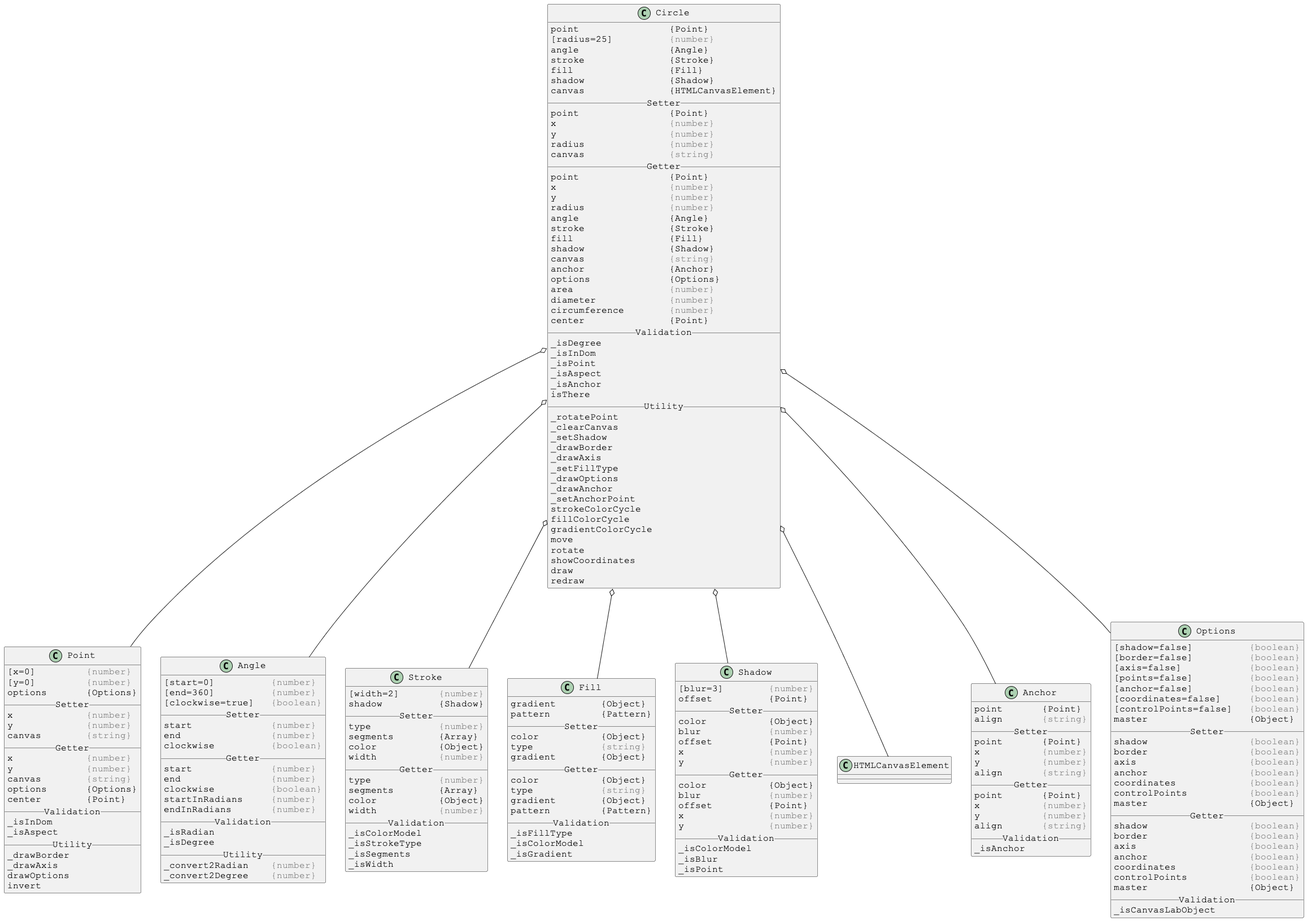
Justin-Byrne/canvasLab keeps this PlantUML diagram as docs/PlantUml/images/linked/Circle-linked.png. Above is the earlier version.
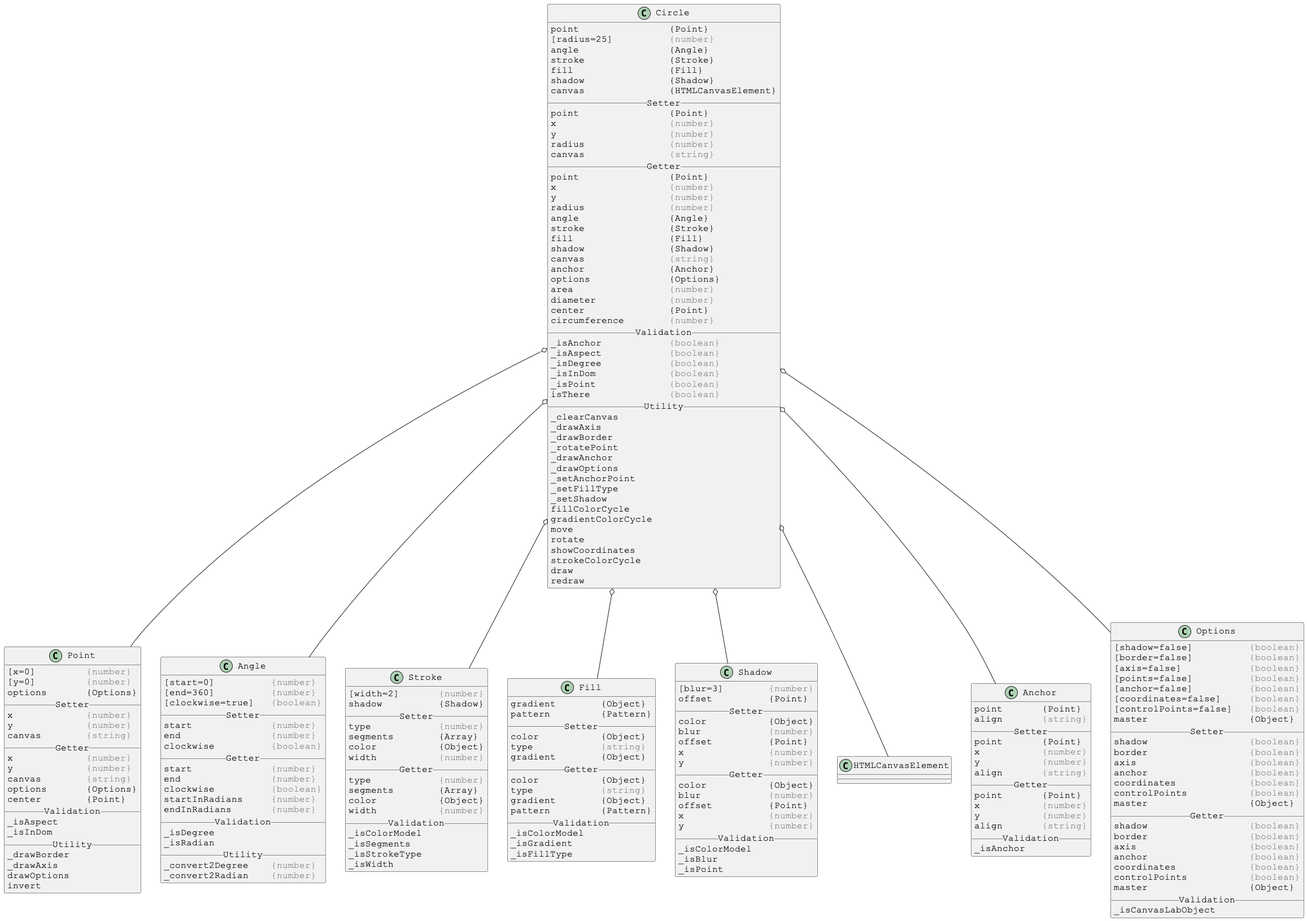
The same file after the commit.

Diff of the diagram source:
```diff
@@ -31,31 +31,31 @@
 options              {Options}
 area                 <color:gray>{number}</color>
 diameter             <color:gray>{number}</color>
+center               {Point}
 circumference        <color:gray>{number}</color>
-center               {Point}
 __ Validation __
-_isDegree
-_isInDom
-_isPoint
-_isAspect
-_isAnchor
-isThere
+_isAnchor            <color:gray>{boolean}</color>
+_isAspect            <color:gray>{boolean}</color>
+_isDegree            <color:gray>{boolean}</color>
+_isInDom             <color:gray>{boolean}</color>
+_isPoint             <color:gray>{boolean}</color>
+isThere              <color:gray>{boolean}</color>
 __ Utility __
+_clearCanvas
+_drawAxis
+_drawBorder
 _rotatePoint
-_clearCanvas
+_drawAnchor
+_drawOptions
+_setAnchorPoint
+_setFillType
 _setShadow
-_drawBorder
-_drawAxis
-_setFillType
-_drawOptions
-_drawAnchor
-_setAnchorPoint
-strokeColorCycle
 fillColorCycle
 gradientColorCycle
 move
 rotate
 showCoordinates
+strokeColorCycle
 draw
 redraw
 }
@@ -89,8 +89,8 @@
 options       {Options}
 center        {Point}
 __ Validation __
+_isAspect
 _isInDom
-_isAspect
 __ Utility __
 _drawBorder
 _drawAxis
@@ -118,11 +118,11 @@
 startInRadians     <color:gray>{number}</color>
 endInRadians       <color:gray>{number}</color>
 __ Validation __
+_isDegree
 _isRadian
-_isDegree
 __ Utility __
+_convert2Degree    <color:gray>{number}</color>
 _convert2Radian    <color:gray>{number}</color>
-_convert2Degree    <color:gray>{number}</color>
 }
 
 
@@ -145,8 +145,8 @@
 width           <color:gray>{number}</color>
 __ Validation __
 _isColorModel
+_isSegments
 _isStrokeType
-_isSegments
 _isWidth
 }
 
@@ -168,9 +168,9 @@
 gradient        {Object}
 pattern         {Pattern}
 __ Validation __
-_isFillType
 _isColorModel
 _isGradient
+_isFillType
 }
 
 
```
